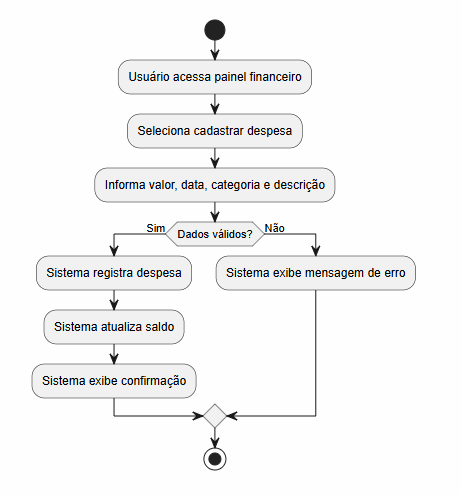
Nathan-Edu/Financa-Facil keeps this PlantUML diagram as docs/modelagem/atividades/cadastrar-despesa.png. Above is the earlier version. Its source is kept beside it as docs/modelagem/atividades/cadastrar-despesa.puml.
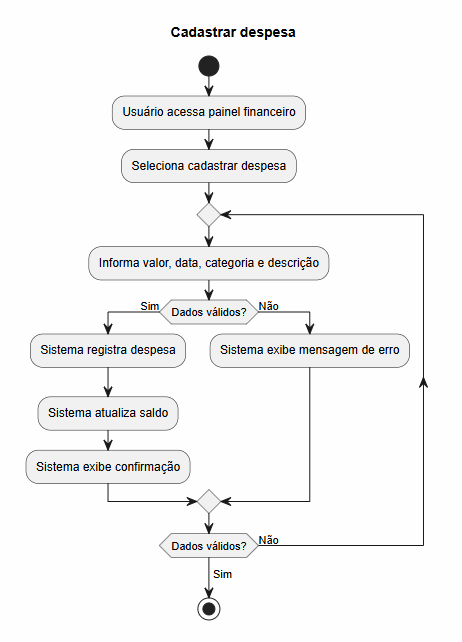
The same diagram one commit later.

The edit, as a diff of the source:
```diff
@@ -1,17 +1,25 @@
 @startuml
+
+title Cadastrar despesa
+
 start
 
 :Usuário acessa painel financeiro;
 :Seleciona cadastrar despesa;
-:Informa valor, data, categoria e descrição;
 
-if (Dados válidos?) then (Sim)
-  :Sistema registra despesa;
-  :Sistema atualiza saldo;
-  :Sistema exibe confirmação;
-else (Não)
-  :Sistema exibe mensagem de erro;
-endif
+repeat
+  :Informa valor, data, categoria e descrição;
+
+  if (Dados válidos?) then (Sim)
+    :Sistema registra despesa;
+    :Sistema atualiza saldo;
+    :Sistema exibe confirmação;
+  else (Não)
+    :Sistema exibe mensagem de erro;
+  endif
+
+repeat while (Dados válidos?) is (Não)
+-> Sim;
 
 stop
 @enduml
```
